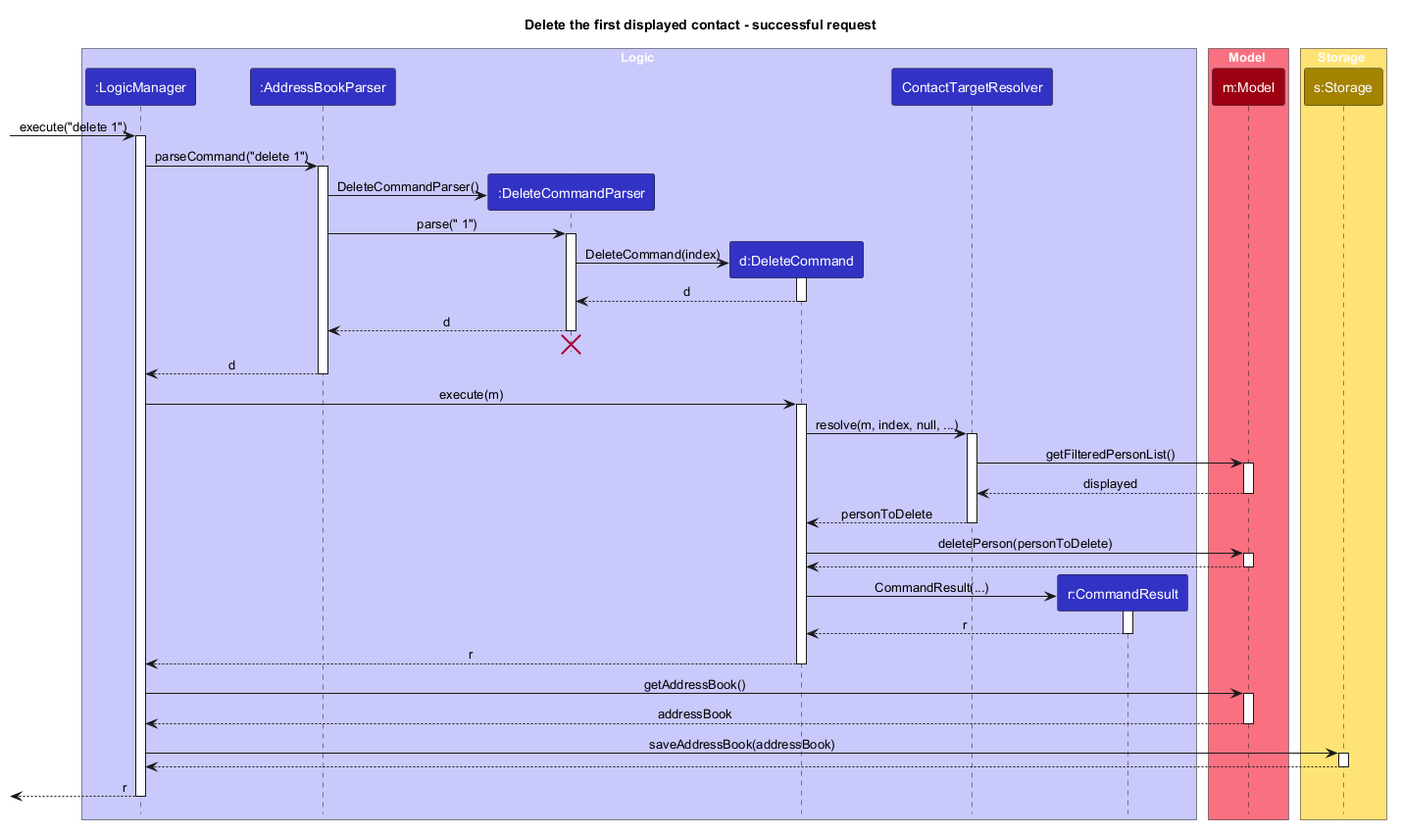
AY2627S1-CS2103T-W11-2/tp keeps this PlantUML diagram as docs/images/DeleteSequenceDiagram.png. Above is the earlier version.
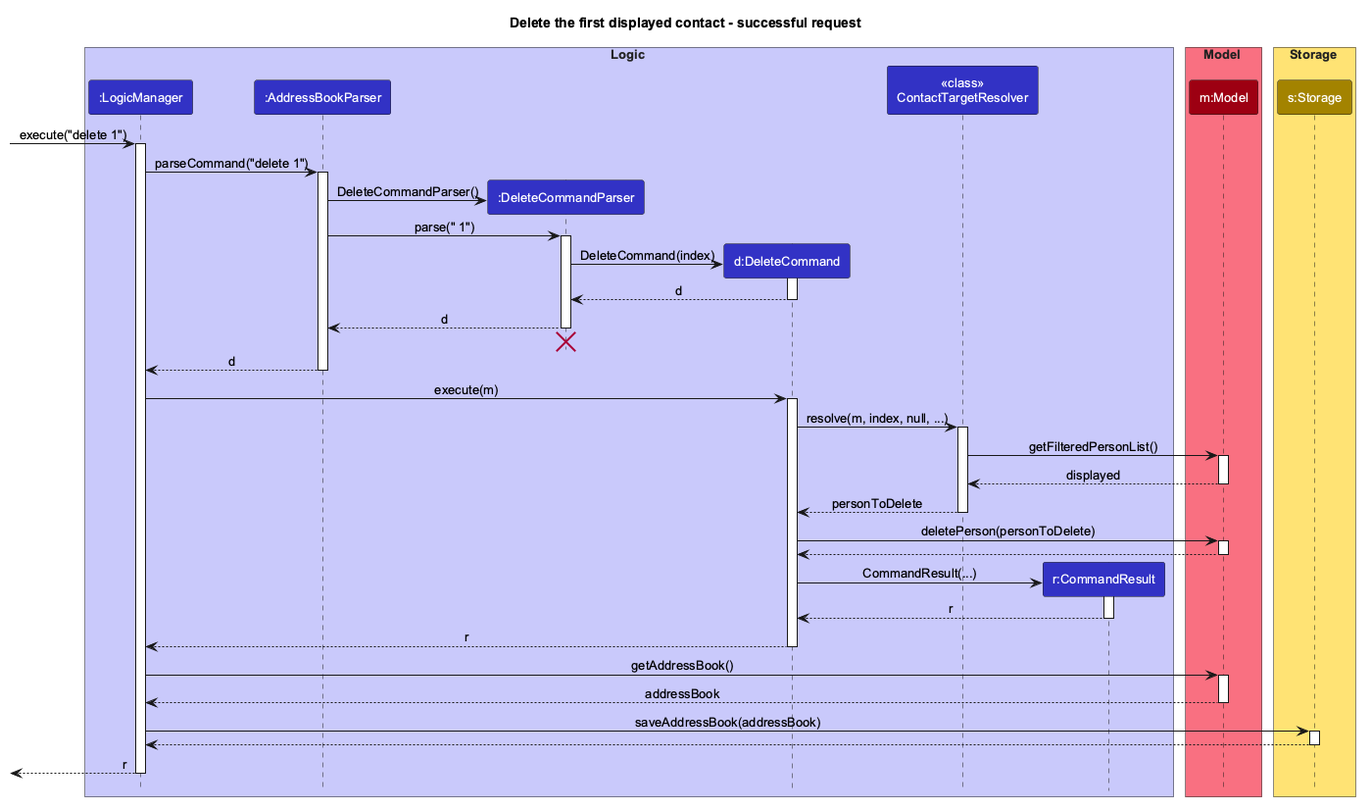
The same file after the commit.

Diff of the diagram source:
```diff
@@ -2,13 +2,17 @@
 !include style.puml
 title Delete the first displayed contact - successful request
 skinparam ArrowFontStyle plain
+skinparam defaultFontName Arial
+skinparam defaultFontSize 13
+skinparam ParticipantFontColor #FFFFFF
+skinparam SequenceBoxFontColor #222222
 
 box Logic LOGIC_COLOR_T1
 participant ":LogicManager" as LogicManager LOGIC_COLOR
 participant ":AddressBookParser" as AddressBookParser LOGIC_COLOR
 participant ":DeleteCommandParser" as DeleteCommandParser LOGIC_COLOR
 participant "d:DeleteCommand" as DeleteCommand LOGIC_COLOR
-participant "ContactTargetResolver" as TargetResolver LOGIC_COLOR
+participant "<<class>>\nContactTargetResolver" as TargetResolver LOGIC_COLOR
 participant "r:CommandResult" as CommandResult LOGIC_COLOR
 end box
 
```
